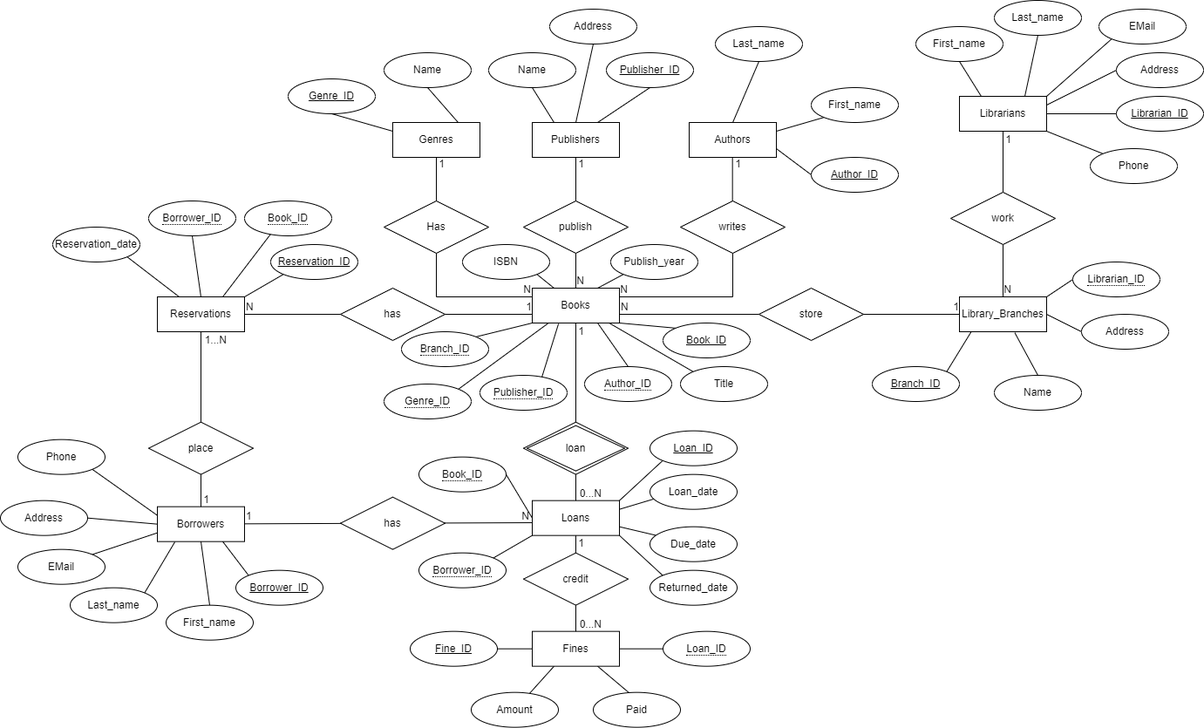
The draw.io diagram ERM/ERM-Diagramm.png in YouAndMEME/sose23-database, before a commit. Source tidied: cells renumbered, new cells last; positions are measured from the earlier drawing's top-left corner, leaving out a move shared by most shapes.
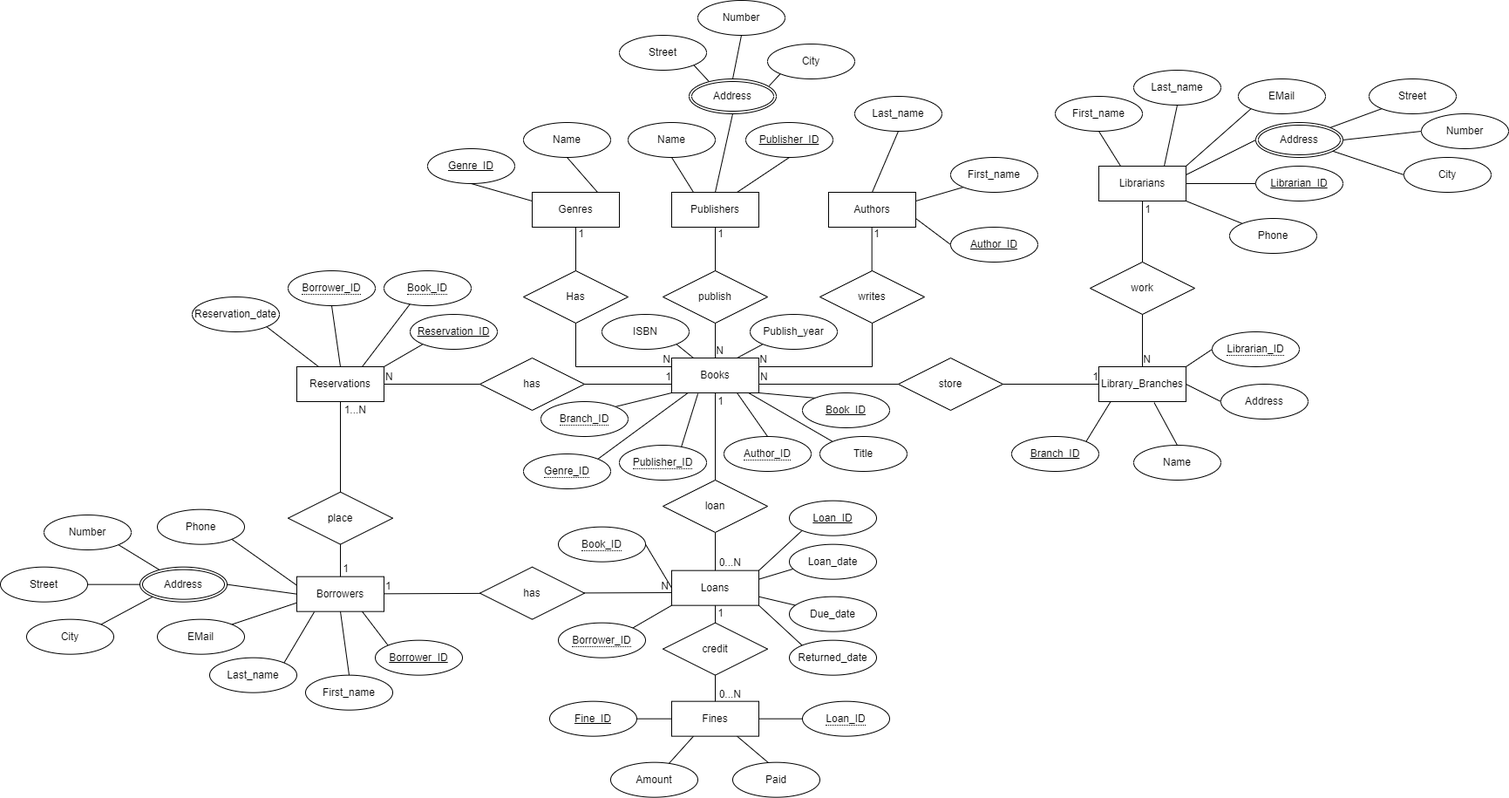
Above is the later version.

What changed in the source:
```diff
@@ -70,7 +70,7 @@
     <mxCell id="23" value="Paid" style="ellipse;whiteSpace=wrap;html=1;align=center;" parent="1" vertex="1">
       <mxGeometry x="680" y="793.7" width="100" height="40" as="geometry" />
     </mxCell>
-    <mxCell id="24" style="endArrow=none;html=1;rounded=0;exitX=0.5;exitY=1;exitDx=0;exitDy=0;entryX=0.5;entryY=0;entryDx=0;entryDy=0;" parent="1" edge="1" source="5" target="12">
+    <mxCell id="24" style="endArrow=none;html=1;rounded=0;exitX=0.5;exitY=1;exitDx=0;exitDy=0;entryX=0.5;entryY=0;entryDx=0;entryDy=0;startArrow=none;" parent="1" edge="1" source="54" target="12">
       <mxGeometry relative="1" as="geometry" />
     </mxCell>
     <mxCell id="25" value="0...N" style="html=1;align=right;verticalAlign=bottom;" parent="24" vertex="1">
@@ -166,9 +166,6 @@
     <mxCell id="53" value="Phone" style="ellipse;whiteSpace=wrap;html=1;align=center;" parent="1" vertex="1">
       <mxGeometry x="20" y="503.7" width="100" height="40" as="geometry" />
     </mxCell>
-    <mxCell id="54" value="loan" style="shape=rhombus;double=1;perimeter=rhombusPerimeter;whiteSpace=wrap;html=1;align=center;" parent="1" vertex="1">
-      <mxGeometry x="600" y="483.7" width="120" height="60" as="geometry" />
-    </mxCell>
     <mxCell id="55" style="edgeStyle=none;rounded=0;jettySize=auto;html=1;exitX=0;exitY=0.5;exitDx=0;exitDy=0;entryX=1;entryY=0.75;entryDx=0;entryDy=0;endArrow=none;endFill=0;" parent="1" edge="1" source="56" target="3">
       <mxGeometry relative="1" as="geometry" />
     </mxCell>
@@ -298,12 +295,9 @@
     <mxCell id="92" value="Reservation_ID" style="ellipse;whiteSpace=wrap;html=1;align=center;fontStyle=4;" parent="1" vertex="1">
       <mxGeometry x="310" y="280" width="100" height="40" as="geometry" />
     </mxCell>
-    <mxCell id="93" style="edgeStyle=none;rounded=0;jettySize=auto;html=1;exitX=1;exitY=0.5;exitDx=0;exitDy=0;entryX=0;entryY=0.5;entryDx=0;entryDy=0;endArrow=none;endFill=0;" parent="1" edge="1" source="94" target="6">
+    <mxCell id="93" style="edgeStyle=none;rounded=0;jettySize=auto;html=1;exitX=1;exitY=0.5;exitDx=0;exitDy=0;entryX=0;entryY=0.5;entryDx=0;entryDy=0;endArrow=none;endFill=0;" parent="1" edge="1" source="152" target="6">
       <mxGeometry relative="1" as="geometry" />
     </mxCell>
-    <mxCell id="94" value="Address" style="ellipse;whiteSpace=wrap;html=1;align=center;" parent="1" vertex="1">
-      <mxGeometry y="573.7" width="100" height="40" as="geometry" />
-    </mxCell>
     <mxCell id="95" value="Publishers" style="whiteSpace=wrap;html=1;align=center;" parent="1" vertex="1">
       <mxGeometry x="610" y="140" width="100" height="40" as="geometry" />
     </mxCell>
@@ -338,14 +332,11 @@
     <mxCell id="104" value="Name" style="ellipse;whiteSpace=wrap;html=1;align=center;" parent="1" vertex="1">
       <mxGeometry x="560" y="60" width="100" height="40" as="geometry" />
     </mxCell>
-    <mxCell id="105" style="edgeStyle=none;rounded=0;jettySize=auto;html=1;exitX=0.5;exitY=1;exitDx=0;exitDy=0;endArrow=none;endFill=0;" parent="1" edge="1" source="106">
+    <mxCell id="105" style="edgeStyle=none;rounded=0;jettySize=auto;html=1;exitX=0.5;exitY=1;exitDx=0;exitDy=0;endArrow=none;endFill=0;" parent="1" edge="1" source="153">
       <mxGeometry relative="1" as="geometry">
         <mxPoint x="660" y="140" as="targetPoint" />
       </mxGeometry>
     </mxCell>
-    <mxCell id="106" value="Address" style="ellipse;whiteSpace=wrap;html=1;align=center;" parent="1" vertex="1">
-      <mxGeometry x="630" y="10" width="100" height="40" as="geometry" />
-    </mxCell>
     <mxCell id="107" value="store" style="shape=rhombus;perimeter=rhombusPerimeter;whiteSpace=wrap;html=1;align=center;" parent="1" vertex="1">
       <mxGeometry x="870" y="330" width="120" height="60" as="geometry" />
     </mxCell>
@@ -431,12 +422,9 @@
     <mxCell id="133" value="Phone" style="ellipse;whiteSpace=wrap;html=1;align=center;" parent="1" vertex="1">
       <mxGeometry x="1250" y="170" width="100" height="40" as="geometry" />
     </mxCell>
-    <mxCell id="134" style="edgeStyle=none;rounded=0;jettySize=auto;html=1;exitX=0;exitY=0.5;exitDx=0;exitDy=0;entryX=1;entryY=0.25;entryDx=0;entryDy=0;endArrow=none;endFill=0;" parent="1" edge="1" source="135" target="4">
+    <mxCell id="134" style="edgeStyle=none;rounded=0;jettySize=auto;html=1;exitX=0;exitY=0.5;exitDx=0;exitDy=0;entryX=1;entryY=0.25;entryDx=0;entryDy=0;endArrow=none;endFill=0;" parent="1" edge="1" source="154" target="4">
       <mxGeometry relative="1" as="geometry" />
     </mxCell>
-    <mxCell id="135" value="Address" style="ellipse;whiteSpace=wrap;html=1;align=center;" parent="1" vertex="1">
-      <mxGeometry x="1280" y="60" width="100" height="40" as="geometry" />
-    </mxCell>
     <mxCell id="136" style="edgeStyle=none;rounded=0;jettySize=auto;html=1;exitX=0;exitY=0;exitDx=0;exitDy=0;entryX=1;entryY=1;entryDx=0;entryDy=0;endArrow=none;endFill=0;" parent="1" edge="1" source="137" target="5">
       <mxGeometry relative="1" as="geometry" />
     </mxCell>
@@ -487,5 +475,74 @@
     <mxCell id="151" value="ISBN" style="ellipse;whiteSpace=wrap;html=1;align=center;" parent="1" vertex="1">
       <mxGeometry x="530" y="280" width="100" height="40" as="geometry" />
     </mxCell>
+    <mxCell id="152" value="Address" style="ellipse;shape=doubleEllipse;margin=3;whiteSpace=wrap;html=1;align=center;" parent="1" vertex="1">
+      <mxGeometry y="569.7" width="100" height="40" as="geometry" />
+    </mxCell>
+    <mxCell id="153" value="Address" style="ellipse;shape=doubleEllipse;margin=3;whiteSpace=wrap;html=1;align=center;" parent="1" vertex="1">
+      <mxGeometry x="630" y="10" width="100" height="40" as="geometry" />
+    </mxCell>
+    <mxCell id="154" value="Address" style="ellipse;shape=doubleEllipse;margin=3;whiteSpace=wrap;html=1;align=center;" parent="1" vertex="1">
+      <mxGeometry x="1280" y="60" width="100" height="40" as="geometry" />
+    </mxCell>
+    <mxCell id="155" value="Street" style="ellipse;whiteSpace=wrap;html=1;align=center;" parent="1" vertex="1">
+      <mxGeometry x="1410" y="10" width="100" height="40" as="geometry" />
+    </mxCell>
+    <mxCell id="156" style="rounded=0;jettySize=auto;html=1;exitX=0;exitY=1;exitDx=0;exitDy=0;entryX=1;entryY=0;entryDx=0;entryDy=0;endArrow=none;endFill=0;" parent="1" edge="1" source="155" target="154">
+      <mxGeometry relative="1" as="geometry" />
+    </mxCell>
+    <mxCell id="157" style="edgeStyle=none;rounded=0;jettySize=auto;html=1;exitX=0;exitY=0.5;exitDx=0;exitDy=0;entryX=1;entryY=0.5;entryDx=0;entryDy=0;endArrow=none;endFill=0;" parent="1" edge="1" source="158" target="154">
+      <mxGeometry relative="1" as="geometry" />
+    </mxCell>
+    <mxCell id="158" value="Number" style="ellipse;whiteSpace=wrap;html=1;align=center;" parent="1" vertex="1">
+      <mxGeometry x="1470" y="50" width="100" height="40" as="geometry" />
+    </mxCell>
+    <mxCell id="159" style="edgeStyle=none;rounded=0;jettySize=auto;html=1;exitX=0;exitY=0.5;exitDx=0;exitDy=0;endArrow=none;endFill=0;" parent="1" edge="1" source="160" target="154">
+      <mxGeometry relative="1" as="geometry" />
+    </mxCell>
+    <mxCell id="160" value="City" style="ellipse;whiteSpace=wrap;html=1;align=center;" parent="1" vertex="1">
+      <mxGeometry x="1450" y="100" width="100" height="40" as="geometry" />
+    </mxCell>
+    <mxCell id="161" style="edgeStyle=none;rounded=0;jettySize=auto;html=1;exitX=1;exitY=1;exitDx=0;exitDy=0;entryX=0.226;entryY=0.07;entryDx=0;entryDy=0;entryPerimeter=0;endArrow=none;endFill=0;" parent="1" edge="1" source="162" target="153">
+      <mxGeometry relative="1" as="geometry" />
+    </mxCell>
+    <mxCell id="162" value="Street" style="ellipse;whiteSpace=wrap;html=1;align=center;" parent="1" vertex="1">
+      <mxGeometry x="550" y="-40" width="100" height="40" as="geometry" />
+    </mxCell>
+    <mxCell id="163" style="edgeStyle=none;rounded=0;jettySize=auto;html=1;exitX=0.5;exitY=1;exitDx=0;exitDy=0;entryX=0.5;entryY=0;entryDx=0;entryDy=0;endArrow=none;endFill=0;" parent="1" edge="1" source="164" target="153">
+      <mxGeometry relative="1" as="geometry" />
+    </mxCell>
+    <mxCell id="164" value="Number" style="ellipse;whiteSpace=wrap;html=1;align=center;" parent="1" vertex="1">
+      <mxGeometry x="640" y="-80" width="100" height="40" as="geometry" />
+    </mxCell>
+    <mxCell id="165" style="edgeStyle=none;rounded=0;jettySize=auto;html=1;exitX=0;exitY=1;exitDx=0;exitDy=0;entryX=0.918;entryY=0.2;entryDx=0;entryDy=0;entryPerimeter=0;endArrow=none;endFill=0;" parent="1" edge="1" source="166" target="153">
+      <mxGeometry relative="1" as="geometry" />
+    </mxCell>
+    <mxCell id="166" value="City" style="ellipse;whiteSpace=wrap;html=1;align=center;" parent="1" vertex="1">
+      <mxGeometry x="720" y="-30" width="100" height="40" as="geometry" />
+    </mxCell>
+    <mxCell id="167" style="edgeStyle=none;rounded=0;jettySize=auto;html=1;exitX=1;exitY=0.5;exitDx=0;exitDy=0;entryX=0;entryY=0.5;entryDx=0;entryDy=0;endArrow=none;endFill=0;" parent="1" edge="1" source="168" target="152">
+      <mxGeometry relative="1" as="geometry" />
+    </mxCell>
+    <mxCell id="168" value="Street" style="ellipse;whiteSpace=wrap;html=1;align=center;" parent="1" vertex="1">
+      <mxGeometry x="-160" y="569.7" width="100" height="40" as="geometry" />
+    </mxCell>
+    <mxCell id="169" style="edgeStyle=none;rounded=0;jettySize=auto;html=1;exitX=1;exitY=1;exitDx=0;exitDy=0;endArrow=none;endFill=0;" parent="1" edge="1" source="170" target="152">
+      <mxGeometry relative="1" as="geometry" />
+    </mxCell>
+    <mxCell id="170" value="Number" style="ellipse;whiteSpace=wrap;html=1;align=center;" parent="1" vertex="1">
+      <mxGeometry x="-110" y="510" width="100" height="40" as="geometry" />
+    </mxCell>
+    <mxCell id="171" style="edgeStyle=none;rounded=0;jettySize=auto;html=1;exitX=1;exitY=0;exitDx=0;exitDy=0;entryX=0;entryY=1;entryDx=0;entryDy=0;endArrow=none;endFill=0;" parent="1" edge="1" source="172" target="152">
+      <mxGeometry relative="1" as="geometry" />
+    </mxCell>
+    <mxCell id="172" value="City" style="ellipse;whiteSpace=wrap;html=1;align=center;" parent="1" vertex="1">
+      <mxGeometry x="-130" y="629.7" width="100" height="40" as="geometry" />
+    </mxCell>
+    <mxCell id="54" value="loan" style="shape=rhombus;perimeter=rhombusPerimeter;whiteSpace=wrap;html=1;align=center;" parent="1" vertex="1">
+      <mxGeometry x="600" y="470" width="120" height="60" as="geometry" />
+    </mxCell>
+    <mxCell id="173" style="endArrow=none;html=1;rounded=0;exitX=0.5;exitY=1;exitDx=0;exitDy=0;entryX=0.5;entryY=0;entryDx=0;entryDy=0;" parent="1" edge="1" source="5" target="54">
+      <mxGeometry relative="1" as="geometry" />
+    </mxCell>
   </root>
 </mxGraphModel>
```
